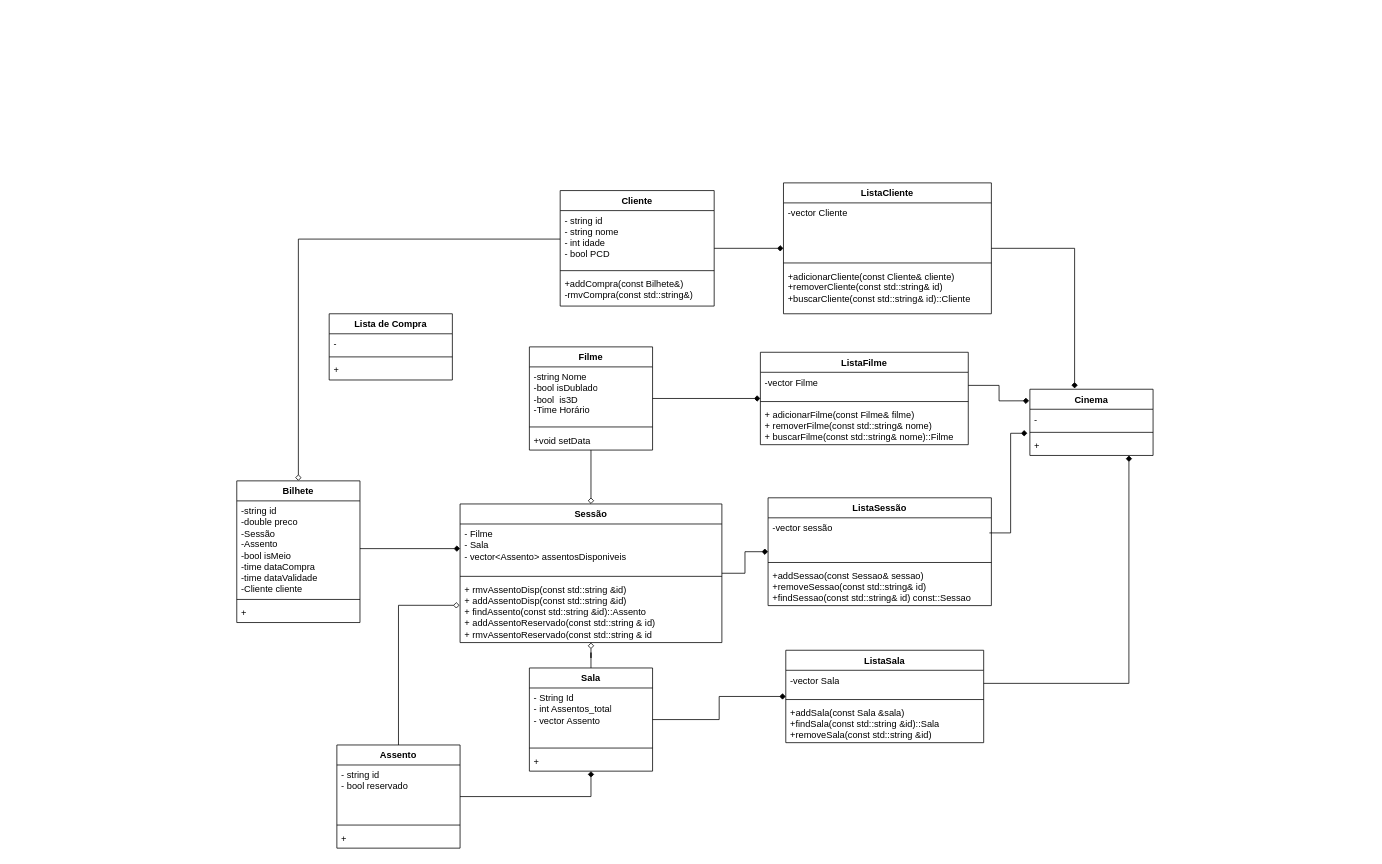
The draw.io diagram UML-CineCon.drawio in eramoss/CineCon, before the edit. Source tidied: cells renumbered, new cells numbered last; positions are measured from the earlier drawing's top-left corner, leaving out a move shared by most shapes. Both pictures are drawn from the tidied source at 77%, with x=0, y=0 at pixel (236, 182).
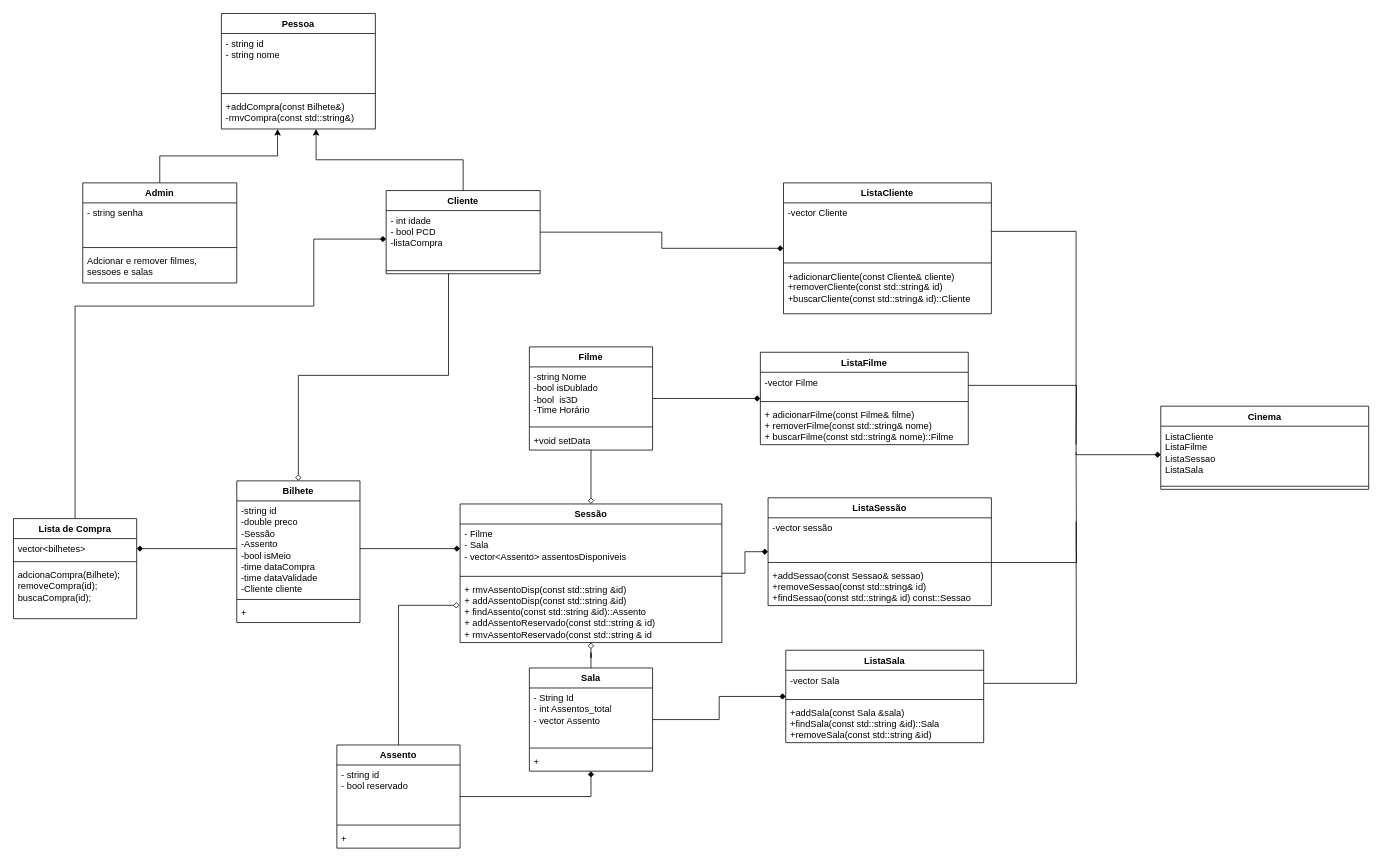
After the change.

Unchanged cells that the change refers to:
```xml
<mxCell id="7" value="Bilhete" style="swimlane;fontStyle=1;align=center;verticalAlign=top;horizontal=1;startSize=26;whiteSpace=wrap;html=1;" parent="1" vertex="1">
  <mxGeometry y="387" width="160" height="184" as="geometry" />
</mxCell>
<mxCell id="8" value="-string id&lt;br&gt;-double preco&lt;br&gt;&lt;div&gt;-Sessão&lt;/div&gt;&lt;div&gt;-Assento&lt;br&gt;&lt;/div&gt;&lt;div&gt;-bool isMeio&lt;/div&gt;&lt;div&gt;-time dataCompra&lt;/div&gt;&lt;div&gt;-time dataValidade&lt;br&gt;&lt;/div&gt;&lt;div&gt;-Cliente cliente&lt;br&gt;&lt;/div&gt;" style="text;strokeColor=none;fillColor=none;align=left;verticalAlign=top;spacingLeft=4;spacingRight=4;overflow=hidden;points=[[0,0.5],[1,0.5]];portConstraint=eastwest;whiteSpace=wrap;html=1;" parent="7" vertex="1">
  <mxGeometry y="26" width="160" height="124" as="geometry" />
</mxCell>
<mxCell id="13" style="line;strokeWidth=1;fillColor=none;align=left;verticalAlign=middle;spacingTop=-1;spacingLeft=3;spacingRight=3;labelPosition=right;points=[];portConstraint=eastwest;strokeColor=inherit;" parent="11" vertex="1">
  <mxGeometry y="100" width="200" height="8" as="geometry" />
</mxCell>
<mxCell id="36" value="ListaCliente" style="swimlane;fontStyle=1;align=center;verticalAlign=top;horizontal=1;startSize=26;whiteSpace=wrap;html=1;" parent="1" vertex="1">
  <mxGeometry x="710" width="270" height="170" as="geometry" />
</mxCell>
<mxCell id="37" value="-vector Cliente" style="text;strokeColor=none;fillColor=none;align=left;verticalAlign=top;spacingLeft=4;spacingRight=4;overflow=hidden;points=[[0,0.5],[1,0.5]];portConstraint=eastwest;whiteSpace=wrap;html=1;" parent="36" vertex="1">
  <mxGeometry y="26" width="270" height="74" as="geometry" />
</mxCell>
<mxCell id="40" value="ListaFilme" style="swimlane;fontStyle=1;align=center;verticalAlign=top;horizontal=1;startSize=26;whiteSpace=wrap;html=1;" parent="1" vertex="1">
  <mxGeometry x="680" y="220" width="270" height="120" as="geometry" />
</mxCell>
<mxCell id="41" value="-vector Filme" style="text;strokeColor=none;fillColor=none;align=left;verticalAlign=top;spacingLeft=4;spacingRight=4;overflow=hidden;points=[[0,0.5],[1,0.5]];portConstraint=eastwest;whiteSpace=wrap;html=1;" parent="40" vertex="1">
  <mxGeometry y="26" width="270" height="34" as="geometry" />
</mxCell>
<mxCell id="45" value="ListaSala" style="swimlane;fontStyle=1;align=center;verticalAlign=top;horizontal=1;startSize=26;whiteSpace=wrap;html=1;" parent="1" vertex="1">
  <mxGeometry x="713" y="607" width="257" height="120" as="geometry" />
</mxCell>
<mxCell id="46" value="-vector Sala" style="text;strokeColor=none;fillColor=none;align=left;verticalAlign=top;spacingLeft=4;spacingRight=4;overflow=hidden;points=[[0,0.5],[1,0.5]];portConstraint=eastwest;whiteSpace=wrap;html=1;" parent="45" vertex="1">
  <mxGeometry y="26" width="257" height="34" as="geometry" />
</mxCell>
<mxCell id="52" value="ListaSessão" style="swimlane;fontStyle=1;align=center;verticalAlign=top;horizontal=1;startSize=26;whiteSpace=wrap;html=1;" parent="1" vertex="1">
  <mxGeometry x="690" y="409" width="290" height="140" as="geometry" />
</mxCell>
<mxCell id="53" value="-vector sessão" style="text;strokeColor=none;fillColor=none;align=left;verticalAlign=top;spacingLeft=4;spacingRight=4;overflow=hidden;points=[[0,0.5],[1,0.5]];portConstraint=eastwest;whiteSpace=wrap;html=1;" parent="52" vertex="1">
  <mxGeometry y="26" width="290" height="54" as="geometry" />
</mxCell>
<mxCell id="54" style="line;strokeWidth=1;fillColor=none;align=left;verticalAlign=middle;spacingTop=-1;spacingLeft=3;spacingRight=3;labelPosition=right;points=[];portConstraint=eastwest;strokeColor=inherit;" parent="52" vertex="1">
  <mxGeometry y="80" width="290" height="8" as="geometry" />
</mxCell>
```

What changed in the source:
```diff
@@
-    <mxCell id="2" value="Cinema" style="swimlane;fontStyle=1;align=center;verticalAlign=top;horizontal=1;startSize=26;whiteSpace=wrap;html=1;" parent="1" vertex="1">
-      <mxGeometry x="1030" y="268" width="160" height="86" as="geometry" />
-    </mxCell>
-    <mxCell id="3" value="-" style="text;strokeColor=none;fillColor=none;align=left;verticalAlign=top;spacingLeft=4;spacingRight=4;overflow=hidden;whiteSpace=wrap;html=1;" parent="2" vertex="1">
-      <mxGeometry y="26" width="160" height="26" as="geometry" />
-    </mxCell>
-    <mxCell id="4" style="line;strokeWidth=1;fillColor=none;align=left;verticalAlign=middle;spacingTop=-1;spacingLeft=3;spacingRight=3;labelPosition=right;strokeColor=inherit;" parent="2" vertex="1">
-      <mxGeometry y="52" width="160" height="8" as="geometry" />
-    </mxCell>
-    <mxCell id="5" value="+" style="text;strokeColor=none;fillColor=none;align=left;verticalAlign=top;spacingLeft=4;spacingRight=4;overflow=hidden;points=[[0,0.5],[1,0.5]];portConstraint=eastwest;whiteSpace=wrap;html=1;" parent="2" vertex="1">
-      <mxGeometry y="60" width="160" height="26" as="geometry" />
-    </mxCell>
-    <mxCell id="6" style="edgeStyle=orthogonalEdgeStyle;rounded=0;jettySize=auto;html=1;entryX=0;entryY=0.5;entryDx=0;entryDy=0;endArrow=none;endFill=0;startArrow=diamond;startFill=0;" parent="1" edge="1" source="7" target="12">
-      <mxGeometry relative="1" as="geometry" />
+    <mxCell id="6" style="edgeStyle=orthogonalEdgeStyle;rounded=0;jettySize=auto;html=1;entryX=0.405;entryY=0.934;entryDx=0;entryDy=0;endArrow=none;endFill=0;startArrow=diamond;startFill=0;entryPerimeter=0;" parent="1" edge="1" source="7" target="13">
+      <mxGeometry relative="1" as="geometry">
+        <Array as="points">
+          <mxPoint x="80" y="250" />
+          <mxPoint x="275" y="250" />
+        </Array>
+      </mxGeometry>
     </mxCell>
@@
+    <mxCell id="64" style="edgeStyle=orthogonalEdgeStyle;rounded=0;jettySize=auto;html=1;entryX=0.615;entryY=1;entryDx=0;entryDy=0;entryPerimeter=0;" parent="1" edge="1" source="11" target="14">
+      <mxGeometry relative="1" as="geometry" />
+    </mxCell>
     <mxCell id="11" value="Cliente" style="swimlane;fontStyle=1;align=center;verticalAlign=top;horizontal=1;startSize=26;whiteSpace=wrap;html=1;" parent="1" vertex="1">
-      <mxGeometry x="420" y="10" width="200" height="150" as="geometry" />
+      <mxGeometry x="194" y="10" width="200" height="108" as="geometry" />
     </mxCell>
-    <mxCell id="12" value="&lt;div&gt;- string id&lt;/div&gt;&lt;div&gt;- string nome&lt;/div&gt;&lt;div&gt;- int idade&lt;/div&gt;&lt;div&gt;- bool PCD&lt;br&gt;&lt;/div&gt;" style="text;strokeColor=none;fillColor=none;align=left;verticalAlign=top;spacingLeft=4;spacingRight=4;overflow=hidden;points=[[0,0.5],[1,0.5]];portConstraint=eastwest;whiteSpace=wrap;html=1;" parent="11" vertex="1">
+    <mxCell id="12" value="&lt;div&gt;- int idade&lt;/div&gt;&lt;div&gt;- bool PCD&lt;br&gt;&lt;/div&gt;&lt;div&gt;-listaCompra&lt;br&gt;&lt;/div&gt;" style="text;strokeColor=none;fillColor=none;align=left;verticalAlign=top;spacingLeft=4;spacingRight=4;overflow=hidden;points=[[0,0.5],[1,0.5]];portConstraint=eastwest;whiteSpace=wrap;html=1;" parent="11" vertex="1">
       <mxGeometry y="26" width="200" height="74" as="geometry" />
     </mxCell>
@@
-    <mxCell id="14" value="+addCompra(const Bilhete&amp;amp;)&lt;br&gt;-rmvCompra(const std::string&amp;amp;)" style="text;strokeColor=none;fillColor=none;align=left;verticalAlign=top;spacingLeft=4;spacingRight=4;overflow=hidden;points=[[0,0.5],[1,0.5]];portConstraint=eastwest;whiteSpace=wrap;html=1;" parent="11" vertex="1">
-      <mxGeometry y="108" width="200" height="42" as="geometry" />
-    </mxCell>
@@
-    <mxCell id="35" style="edgeStyle=orthogonalEdgeStyle;shape=connector;rounded=0;jettySize=auto;html=1;entryX=0.363;entryY=-0.012;entryDx=0;entryDy=0;entryPerimeter=0;labelBackgroundColor=default;strokeColor=default;fontFamily=Helvetica;fontSize=11;fontColor=default;endArrow=diamond;endFill=1;" parent="1" edge="1" source="36" target="2">
-      <mxGeometry relative="1" as="geometry" />
-    </mxCell>
@@
+    <mxCell id="65" style="edgeStyle=orthogonalEdgeStyle;rounded=0;jettySize=auto;html=1;endArrow=none;endFill=0;" parent="40" edge="1" source="41">
+      <mxGeometry relative="1" as="geometry">
+        <mxPoint x="410" y="120" as="targetPoint" />
+      </mxGeometry>
+    </mxCell>
@@
+    <mxCell id="66" style="edgeStyle=orthogonalEdgeStyle;rounded=0;jettySize=auto;html=1;endArrow=none;endFill=0;" parent="45" edge="1" source="46">
+      <mxGeometry relative="1" as="geometry">
+        <mxPoint x="377" y="-167" as="targetPoint" />
+      </mxGeometry>
+    </mxCell>
@@
-    <mxCell id="51" style="edgeStyle=orthogonalEdgeStyle;rounded=0;jettySize=auto;html=1;entryX=-0.02;entryY=-0.108;entryDx=0;entryDy=0;entryPerimeter=0;exitX=0.991;exitY=0.363;exitDx=0;exitDy=0;exitPerimeter=0;endArrow=diamond;endFill=1;" parent="1" edge="1" source="53" target="5">
-      <mxGeometry relative="1" as="geometry" />
-    </mxCell>
@@
+    <mxCell id="67" style="edgeStyle=orthogonalEdgeStyle;rounded=0;jettySize=auto;html=1;endArrow=none;endFill=0;" parent="52" edge="1" source="54">
+      <mxGeometry relative="1" as="geometry">
+        <mxPoint x="400" y="-59" as="targetPoint" />
+      </mxGeometry>
+    </mxCell>
@@
-    <mxCell id="57" style="edgeStyle=orthogonalEdgeStyle;rounded=0;jettySize=auto;html=1;entryX=0.804;entryY=1;entryDx=0;entryDy=0;endArrow=diamond;endFill=1;entryPerimeter=0;" parent="1" edge="1" source="46" target="5">
-      <mxGeometry relative="1" as="geometry" />
-    </mxCell>
-    <mxCell id="58" style="edgeStyle=orthogonalEdgeStyle;rounded=0;jettySize=auto;html=1;entryX=-0.006;entryY=0.175;entryDx=0;entryDy=0;entryPerimeter=0;endArrow=diamond;endFill=1;" parent="1" edge="1" source="41" target="2">
-      <mxGeometry relative="1" as="geometry" />
-    </mxCell>
@@
+    <mxCell id="68" style="edgeStyle=orthogonalEdgeStyle;rounded=0;jettySize=auto;html=1;endArrow=diamond;endFill=1;" parent="1" edge="1" source="60" target="12">
+      <mxGeometry relative="1" as="geometry">
+        <Array as="points">
+          <mxPoint x="-210" y="160" />
+          <mxPoint x="100" y="160" />
+          <mxPoint x="100" y="73" />
+        </Array>
+      </mxGeometry>
+    </mxCell>
     <mxCell id="60" value="Lista de Compra" style="swimlane;fontStyle=1;align=center;verticalAlign=top;horizontal=1;startSize=26;whiteSpace=wrap;html=1;" parent="1" vertex="1">
-      <mxGeometry x="120" y="170" width="160" height="86" as="geometry" />
+      <mxGeometry x="-290" y="436" width="160" height="130" as="geometry" />
     </mxCell>
-    <mxCell id="61" value="-" style="text;strokeColor=none;fillColor=none;align=left;verticalAlign=top;spacingLeft=4;spacingRight=4;overflow=hidden;points=[[0,0.5],[1,0.5]];portConstraint=eastwest;whiteSpace=wrap;html=1;" parent="60" vertex="1">
+    <mxCell id="61" value="vector&amp;lt;bilhetes&amp;gt;" style="text;strokeColor=none;fillColor=none;align=left;verticalAlign=top;spacingLeft=4;spacingRight=4;overflow=hidden;points=[[0,0.5],[1,0.5]];portConstraint=eastwest;whiteSpace=wrap;html=1;" parent="60" vertex="1">
       <mxGeometry y="26" width="160" height="26" as="geometry" />
     </mxCell>
@@
-    <mxCell id="63" value="+" style="text;strokeColor=none;fillColor=none;align=left;verticalAlign=top;spacingLeft=4;spacingRight=4;overflow=hidden;whiteSpace=wrap;html=1;" parent="60" vertex="1">
-      <mxGeometry y="60" width="160" height="26" as="geometry" />
+    <mxCell id="63" value="&lt;div&gt;adcionaCompra(Bilhete);&lt;/div&gt;&lt;div&gt;removeCompra(id);&lt;/div&gt;&lt;div&gt;buscaCompra(id);&lt;br&gt;&lt;/div&gt;" style="text;strokeColor=none;fillColor=none;align=left;verticalAlign=top;spacingLeft=4;spacingRight=4;overflow=hidden;whiteSpace=wrap;html=1;" parent="60" vertex="1">
+      <mxGeometry y="60" width="160" height="70" as="geometry" />
     </mxCell>
+    <mxCell id="69" style="edgeStyle=orthogonalEdgeStyle;rounded=0;jettySize=auto;html=1;exitX=0;exitY=0.5;exitDx=0;exitDy=0;endArrow=diamond;endFill=1;" parent="1" edge="1" source="8" target="61">
+      <mxGeometry relative="1" as="geometry" />
+    </mxCell>
+    <mxCell id="70" value="Pessoa" style="swimlane;fontStyle=1;align=center;verticalAlign=top;horizontal=1;startSize=26;whiteSpace=wrap;html=1;" parent="1" vertex="1">
+      <mxGeometry x="-20" y="-220" width="200" height="150" as="geometry" />
+    </mxCell>
+    <mxCell id="71" value="&lt;div&gt;- string id&lt;/div&gt;&lt;div&gt;- string nome&lt;/div&gt;" style="text;strokeColor=none;fillColor=none;align=left;verticalAlign=top;spacingLeft=4;spacingRight=4;overflow=hidden;whiteSpace=wrap;html=1;" parent="70" vertex="1">
+      <mxGeometry y="26" width="200" height="74" as="geometry" />
+    </mxCell>
+    <mxCell id="72" style="line;strokeWidth=1;fillColor=none;align=left;verticalAlign=middle;spacingTop=-1;spacingLeft=3;spacingRight=3;labelPosition=right;strokeColor=inherit;" parent="70" vertex="1">
+      <mxGeometry y="100" width="200" height="8" as="geometry" />
+    </mxCell>
+    <mxCell id="14" value="+addCompra(const Bilhete&amp;amp;)&lt;br&gt;-rmvCompra(const std::string&amp;amp;)" style="text;strokeColor=none;fillColor=none;align=left;verticalAlign=top;spacingLeft=4;spacingRight=4;overflow=hidden;points=[[0,0.5],[1,0.5]];portConstraint=eastwest;whiteSpace=wrap;html=1;" parent="70" vertex="1">
+      <mxGeometry y="108" width="200" height="42" as="geometry" />
+    </mxCell>
+    <mxCell id="73" style="edgeStyle=orthogonalEdgeStyle;rounded=0;jettySize=auto;html=1;entryX=0.365;entryY=1;entryDx=0;entryDy=0;entryPerimeter=0;" parent="1" edge="1" source="74" target="14">
+      <mxGeometry relative="1" as="geometry" />
+    </mxCell>
+    <mxCell id="74" value="Admin" style="swimlane;fontStyle=1;align=center;verticalAlign=top;horizontal=1;startSize=26;whiteSpace=wrap;html=1;" parent="1" vertex="1">
+      <mxGeometry x="-200" width="200" height="130" as="geometry" />
+    </mxCell>
+    <mxCell id="75" value="- string senha" style="text;strokeColor=none;fillColor=none;align=left;verticalAlign=top;spacingLeft=4;spacingRight=4;overflow=hidden;whiteSpace=wrap;html=1;" parent="74" vertex="1">
+      <mxGeometry y="26" width="200" height="54" as="geometry" />
+    </mxCell>
+    <mxCell id="76" style="line;strokeWidth=1;fillColor=none;align=left;verticalAlign=middle;spacingTop=-1;spacingLeft=3;spacingRight=3;labelPosition=right;strokeColor=inherit;" parent="74" vertex="1">
+      <mxGeometry y="80" width="200" height="8" as="geometry" />
+    </mxCell>
+    <mxCell id="77" value="Adcionar e remover filmes, sessoes e salas" style="text;strokeColor=none;fillColor=none;align=left;verticalAlign=top;spacingLeft=4;spacingRight=4;overflow=hidden;whiteSpace=wrap;html=1;" parent="74" vertex="1">
+      <mxGeometry y="88" width="200" height="42" as="geometry" />
+    </mxCell>
+    <mxCell id="2" value="Cinema" style="swimlane;fontStyle=1;align=center;verticalAlign=top;horizontal=1;startSize=26;whiteSpace=wrap;html=1;" parent="1" vertex="1">
+      <mxGeometry x="1200" y="290" width="270" height="108" as="geometry" />
+    </mxCell>
+    <mxCell id="78" value="&lt;div&gt;ListaCliente&lt;/div&gt;&lt;div&gt;ListaFilme&lt;/div&gt;&lt;div&gt;ListaSessao&lt;/div&gt;&lt;div&gt;ListaSala&lt;br&gt;&lt;/div&gt;" style="text;strokeColor=none;fillColor=none;align=left;verticalAlign=top;spacingLeft=4;spacingRight=4;overflow=hidden;points=[[0,0.5],[1,0.5]];portConstraint=eastwest;whiteSpace=wrap;html=1;" parent="2" vertex="1">
+      <mxGeometry y="26" width="270" height="74" as="geometry" />
+    </mxCell>
+    <mxCell id="79" style="line;strokeWidth=1;fillColor=none;align=left;verticalAlign=middle;spacingTop=-1;spacingLeft=3;spacingRight=3;labelPosition=right;strokeColor=inherit;" parent="2" vertex="1">
+      <mxGeometry y="100" width="270" height="8" as="geometry" />
+    </mxCell>
+    <mxCell id="80" style="edgeStyle=orthogonalEdgeStyle;rounded=0;jettySize=auto;html=1;startArrow=diamond;startFill=1;endArrow=none;endFill=0;" parent="1" edge="1" source="78" target="37">
+      <mxGeometry relative="1" as="geometry" />
+    </mxCell>
```
